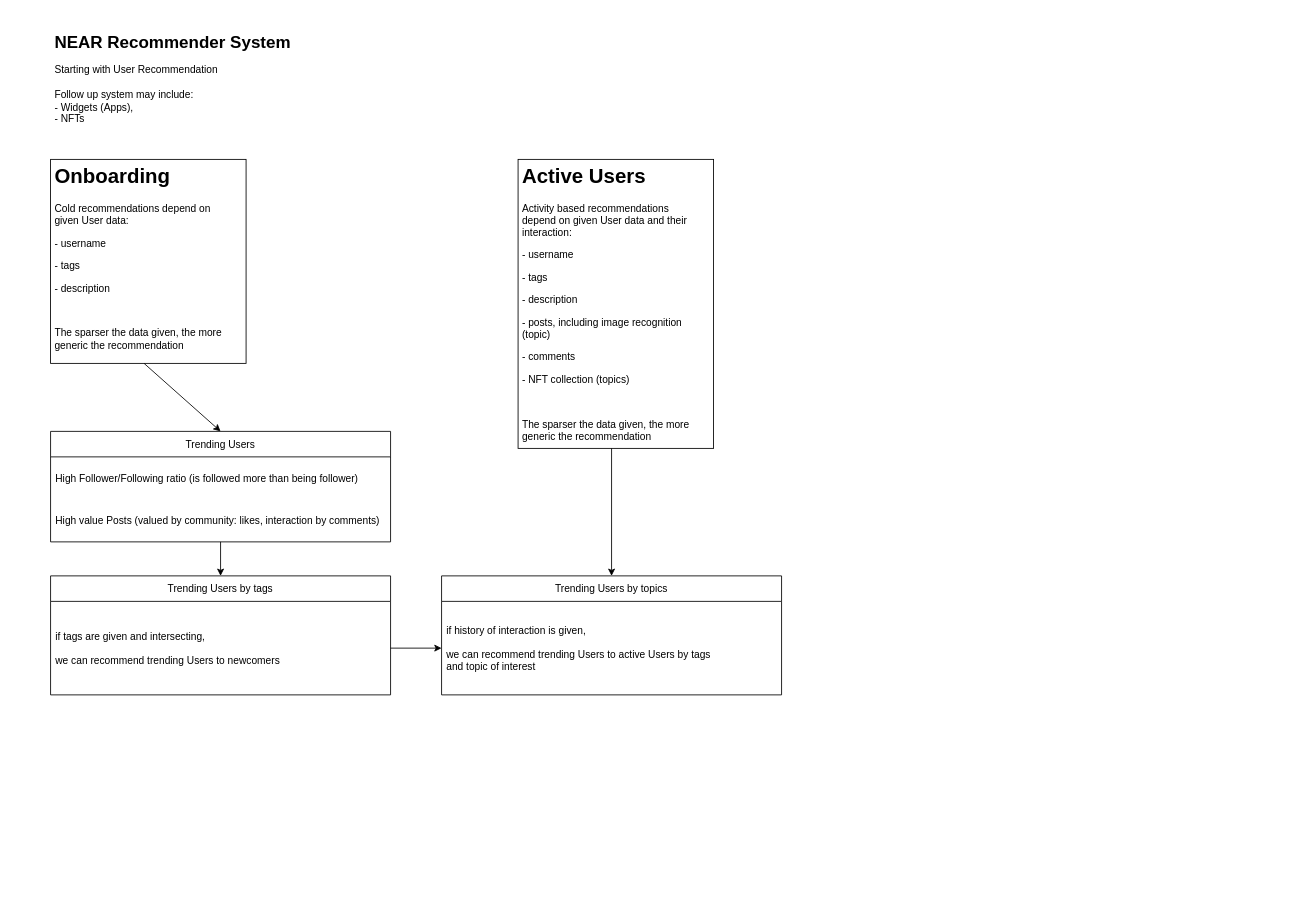
Above: NEAR-Recommender.drawio in scopalaffairs/near_recommender (draw.io), before the change. Source tidied: cells renumbered, new cells numbered last; positions are measured from the earlier drawing's top-left corner, leaving out a move shared by most shapes. Both pictures are drawn from the tidied source at 85%, with x=0, y=0 at pixel (50, 40).
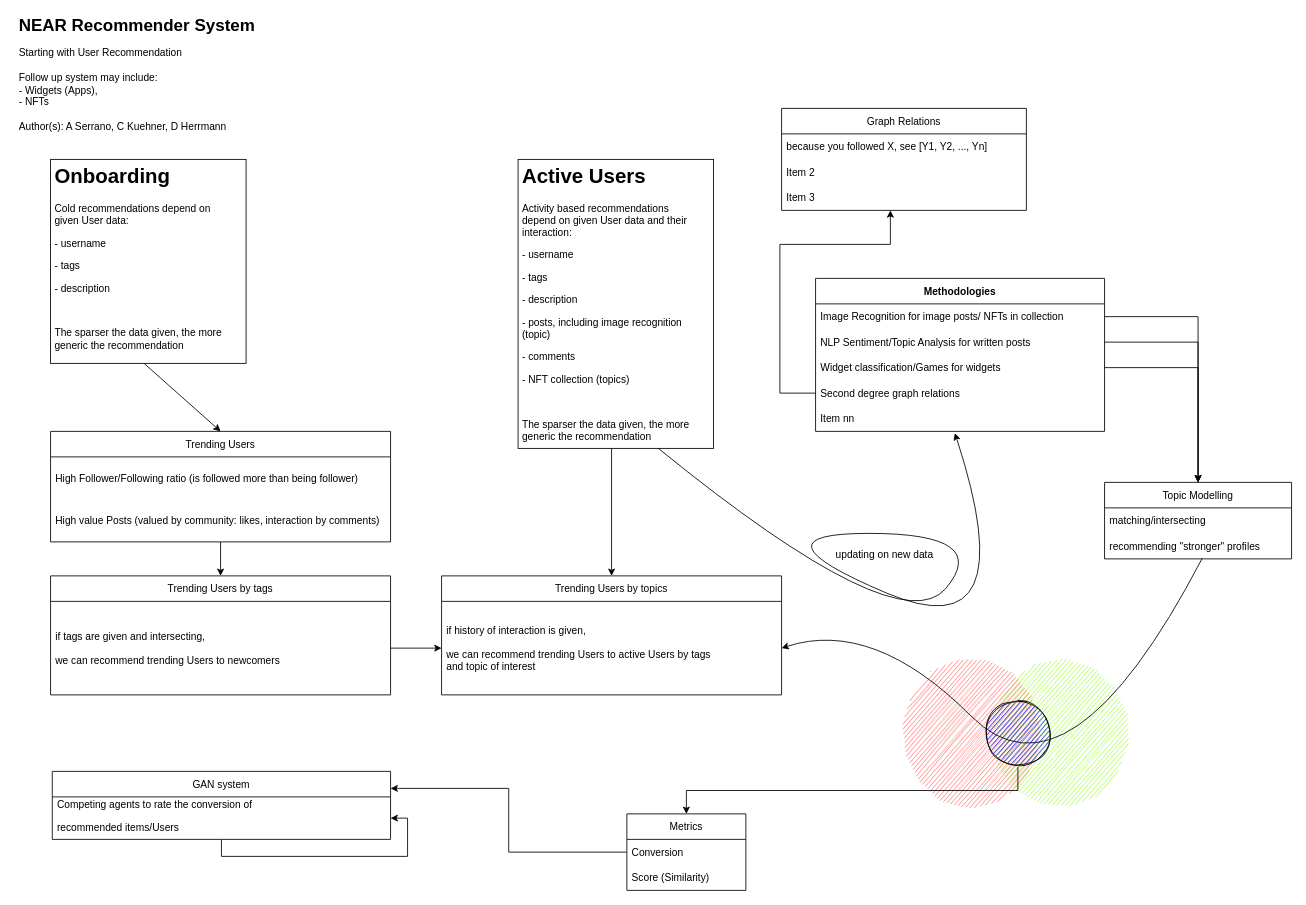
The same page after the edit.

Unchanged cells that the change refers to:
```xml
<mxCell id="14" value="if history of interaction is given, &#10;&#10;we can recommend trending Users to active Users by tags&#10;and topic of interest" style="text;strokeColor=none;fillColor=none;align=left;verticalAlign=middle;spacingLeft=4;spacingRight=4;overflow=hidden;points=[[0,0.5],[1,0.5]];portConstraint=eastwest;fontSize=12;" parent="13" vertex="1">
  <mxGeometry y="30" width="400" height="110" as="geometry" />
</mxCell>
<mxCell id="17" value="&lt;h1&gt;Active Users&lt;br&gt;&lt;/h1&gt;&lt;p&gt;Activity based recommendations depend on given User data and their interaction:&lt;/p&gt;&lt;p&gt;- username &lt;br&gt;&lt;/p&gt;&lt;p&gt;- tags&lt;/p&gt;&lt;p&gt;- description&lt;/p&gt;&lt;p&gt;- posts, including image recognition (topic)&lt;br&gt;&lt;/p&gt;&lt;p&gt;- comments&lt;/p&gt;&lt;p&gt;- NFT collection (topics)&lt;/p&gt;&lt;p&gt;&lt;br&gt;&lt;/p&gt;The sparser the data given, the more generic the recommendation" style="text;html=1;strokeColor=none;fillColor=none;spacing=5;spacingTop=-20;whiteSpace=wrap;overflow=hidden;rounded=0;fontSize=12;" parent="1" vertex="1">
  <mxGeometry x="550" y="140" width="220" height="340" as="geometry" />
</mxCell>
```

Diff of the diagram source:
```diff
@@
-    <mxCell id="8" value="&lt;div&gt;&lt;b&gt;&lt;font style=&quot;font-size: 20px;&quot;&gt;NEAR Recommender System&lt;br&gt;&lt;/font&gt;&lt;/b&gt;&lt;/div&gt;&lt;div&gt;&lt;br&gt;&lt;/div&gt;&lt;div&gt;Starting with User Recommendation&lt;/div&gt;&lt;div&gt;&lt;br&gt;&lt;/div&gt;&lt;div&gt;Follow up system may include:&lt;/div&gt;&lt;div&gt;- Widgets (Apps),&lt;/div&gt;&lt;div&gt;- NFTs&lt;br&gt;&lt;/div&gt;" style="text;html=1;strokeColor=none;fillColor=none;spacing=5;spacingTop=-20;whiteSpace=wrap;overflow=hidden;rounded=0;fontSize=12;" parent="1" vertex="1">
-      <mxGeometry width="300" height="120" as="geometry" />
+    <mxCell id="8" value="&lt;div&gt;&lt;b&gt;&lt;font style=&quot;font-size: 20px;&quot;&gt;NEAR Recommender System&lt;br&gt;&lt;/font&gt;&lt;/b&gt;&lt;/div&gt;&lt;div&gt;&lt;br&gt;&lt;/div&gt;&lt;div&gt;Starting with User Recommendation&lt;/div&gt;&lt;div&gt;&lt;br&gt;&lt;/div&gt;&lt;div&gt;Follow up system may include:&lt;/div&gt;&lt;div&gt;- Widgets (Apps),&lt;/div&gt;&lt;div&gt;- NFTs&lt;/div&gt;&lt;div&gt;&lt;br&gt;&lt;/div&gt;&lt;div&gt;Author(s): A Serrano, C Kuehner, D Herrmann&lt;br&gt;&lt;/div&gt;" style="text;html=1;strokeColor=none;fillColor=none;spacing=5;spacingTop=-20;whiteSpace=wrap;overflow=hidden;rounded=0;fontSize=12;" parent="1" vertex="1">
+      <mxGeometry x="-42" y="-20" width="300" height="140" as="geometry" />
     </mxCell>
@@
+    <mxCell id="18" value="Metrics" style="swimlane;fontStyle=0;horizontal=1;startSize=30;fontSize=12;" parent="1" vertex="1">
+      <mxGeometry x="678" y="910" width="140" height="90" as="geometry" />
+    </mxCell>
+    <mxCell id="19" value="Conversion" style="text;strokeColor=none;fillColor=none;align=left;verticalAlign=middle;spacingLeft=4;spacingRight=4;overflow=hidden;points=[[0,0.5],[1,0.5]];portConstraint=eastwest;fontSize=12;" parent="18" vertex="1">
+      <mxGeometry y="30" width="140" height="30" as="geometry" />
+    </mxCell>
+    <mxCell id="20" value="Score (Similarity)" style="text;strokeColor=none;fillColor=none;align=left;verticalAlign=middle;spacingLeft=4;spacingRight=4;overflow=hidden;fontSize=12;" parent="18" vertex="1">
+      <mxGeometry y="60" width="140" height="30" as="geometry" />
+    </mxCell>
+    <mxCell id="21" value="GAN system" style="swimlane;fontStyle=0;horizontal=1;startSize=30;fontSize=12;shadow=0;sketch=0;swimlaneLine=1;glass=0;" parent="1" vertex="1">
+      <mxGeometry x="2" y="860" width="398" height="80" as="geometry" />
+    </mxCell>
+    <mxCell id="22" value="Competing agents to rate the conversion of &#10;&#10;recommended items/Users&#10;" style="text;strokeColor=none;fillColor=none;align=left;verticalAlign=middle;spacingLeft=4;spacingRight=4;overflow=hidden;points=[[0,0.5],[1,0.5]];portConstraint=eastwest;fontSize=12;" parent="21" vertex="1">
+      <mxGeometry y="30" width="398" height="50" as="geometry" />
+    </mxCell>
+    <mxCell id="23" style="edgeStyle=orthogonalEdgeStyle;rounded=0;jettySize=auto;html=1;fontSize=12;" parent="21" edge="1" source="21" target="22">
+      <mxGeometry relative="1" as="geometry" />
+    </mxCell>
+    <mxCell id="24" value="Methodologies" style="swimlane;fontStyle=1;horizontal=1;startSize=30;fontSize=12;" parent="1" vertex="1">
+      <mxGeometry x="900" y="280" width="340" height="180" as="geometry" />
+    </mxCell>
+    <mxCell id="25" value="Image Recognition for image posts/ NFTs in collection" style="text;strokeColor=none;fillColor=none;align=left;verticalAlign=middle;spacingLeft=4;spacingRight=4;overflow=hidden;points=[[0,0.5],[1,0.5]];portConstraint=eastwest;fontSize=12;" parent="24" vertex="1">
+      <mxGeometry y="30" width="340" height="30" as="geometry" />
+    </mxCell>
+    <mxCell id="26" value="NLP Sentiment/Topic Analysis for written posts" style="text;strokeColor=none;fillColor=none;align=left;verticalAlign=middle;spacingLeft=4;spacingRight=4;overflow=hidden;points=[[0,0.5],[1,0.5]];portConstraint=eastwest;fontSize=12;" parent="24" vertex="1">
+      <mxGeometry y="60" width="340" height="30" as="geometry" />
+    </mxCell>
+    <mxCell id="27" value="Widget classification/Games for widgets" style="text;strokeColor=none;fillColor=none;align=left;verticalAlign=middle;spacingLeft=4;spacingRight=4;overflow=hidden;points=[[0,0.5],[1,0.5]];portConstraint=eastwest;fontSize=12;" parent="24" vertex="1">
+      <mxGeometry y="90" width="340" height="30" as="geometry" />
+    </mxCell>
+    <mxCell id="28" value="Second degree graph relations" style="text;strokeColor=none;fillColor=none;align=left;verticalAlign=middle;spacingLeft=4;spacingRight=4;overflow=hidden;points=[[0,0.5],[1,0.5]];portConstraint=eastwest;fontSize=12;" parent="24" vertex="1">
+      <mxGeometry y="120" width="340" height="30" as="geometry" />
+    </mxCell>
+    <mxCell id="29" value="Item nn" style="text;strokeColor=none;fillColor=none;align=left;verticalAlign=middle;spacingLeft=4;spacingRight=4;overflow=hidden;points=[[0,0.5],[1,0.5]];portConstraint=eastwest;fontSize=12;" parent="24" vertex="1">
+      <mxGeometry y="150" width="340" height="30" as="geometry" />
+    </mxCell>
+    <mxCell id="30" value="Topic Modelling" style="swimlane;fontStyle=0;horizontal=1;startSize=30;fontSize=12;" parent="1" vertex="1">
+      <mxGeometry x="1240" y="520" width="220" height="90" as="geometry" />
+    </mxCell>
+    <mxCell id="31" value="matching/intersecting" style="text;strokeColor=none;fillColor=none;align=left;verticalAlign=middle;spacingLeft=4;spacingRight=4;overflow=hidden;fontSize=12;" parent="30" vertex="1">
+      <mxGeometry y="30" width="220" height="30" as="geometry" />
+    </mxCell>
+    <mxCell id="32" value="recommending &quot;stronger&quot; profiles" style="text;strokeColor=none;fillColor=none;align=left;verticalAlign=middle;spacingLeft=4;spacingRight=4;overflow=hidden;points=[[0,0.5],[1,0.5]];portConstraint=eastwest;fontSize=12;" parent="30" vertex="1">
+      <mxGeometry y="60" width="220" height="30" as="geometry" />
+    </mxCell>
+    <mxCell id="33" style="edgeStyle=orthogonalEdgeStyle;rounded=0;jettySize=auto;html=1;fontSize=12;" parent="1" edge="1" source="25" target="30">
+      <mxGeometry relative="1" as="geometry" />
+    </mxCell>
+    <mxCell id="34" style="edgeStyle=orthogonalEdgeStyle;rounded=0;jettySize=auto;html=1;entryX=0.5;entryY=0;entryDx=0;entryDy=0;fontSize=12;" parent="1" edge="1" source="26" target="30">
+      <mxGeometry relative="1" as="geometry" />
+    </mxCell>
+    <mxCell id="35" style="edgeStyle=orthogonalEdgeStyle;rounded=0;jettySize=auto;html=1;entryX=0.5;entryY=0;entryDx=0;entryDy=0;fontSize=12;" parent="1" edge="1" source="27" target="30">
+      <mxGeometry relative="1" as="geometry" />
+    </mxCell>
+    <mxCell id="36" style="ellipse;whiteSpace=wrap;html=1;fontSize=12;fillColor=#99FF33;strokeColor=none;sketch=1;" parent="1" vertex="1">
+      <mxGeometry x="1102.6" y="730" width="170" height="170" as="geometry" />
+    </mxCell>
+    <mxCell id="37" style="ellipse;whiteSpace=wrap;html=1;fontSize=12;fillColor=#FF6666;strokeColor=none;sketch=1;" parent="1" vertex="1">
+      <mxGeometry x="998" y="730" width="170" height="170" as="geometry" />
+    </mxCell>
+    <mxCell id="38" value="updating on new data" style="text;strokeColor=none;fillColor=none;align=left;verticalAlign=middle;spacingLeft=4;spacingRight=4;overflow=hidden;fontSize=12;" parent="1" vertex="1">
+      <mxGeometry x="918" y="590" width="220" height="30" as="geometry" />
+    </mxCell>
+    <mxCell id="39" style="curved=1;endArrow=classic;html=1;rounded=0;fontSize=12;exitX=0.75;exitY=1;exitDx=0;exitDy=0;entryX=0.482;entryY=1.067;entryDx=0;entryDy=0;entryPerimeter=0;" parent="1" edge="1" source="17" target="29">
+      <mxGeometry relative="1" as="geometry">
+        <Array as="points">
+          <mxPoint x="998" y="710" />
+          <mxPoint x="1108" y="580" />
+          <mxPoint x="818" y="580" />
+          <mxPoint x="1148" y="720" />
+        </Array>
+      </mxGeometry>
+    </mxCell>
+    <mxCell id="40" style="curved=1;endArrow=classic;html=1;rounded=0;fontSize=12;exitX=0.523;exitY=0.967;exitDx=0;exitDy=0;exitPerimeter=0;entryX=1;entryY=0.5;entryDx=0;entryDy=0;" parent="1" edge="1" source="32" target="14">
+      <mxGeometry relative="1" as="geometry">
+        <Array as="points">
+          <mxPoint x="1198" y="910" />
+          <mxPoint x="968" y="680" />
+        </Array>
+      </mxGeometry>
+    </mxCell>
+    <mxCell id="41" style="edgeStyle=orthogonalEdgeStyle;rounded=0;jettySize=auto;html=1;exitX=0.5;exitY=1;exitDx=0;exitDy=0;fontSize=12;" parent="1" edge="1" source="42" target="18">
+      <mxGeometry relative="1" as="geometry" />
+    </mxCell>
+    <mxCell id="42" style="ellipse;whiteSpace=wrap;html=1;sketch=1;fontSize=12;fillColor=#0000FF;" parent="1" vertex="1">
+      <mxGeometry x="1098" y="775" width="80" height="80" as="geometry" />
+    </mxCell>
+    <mxCell id="43" style="edgeStyle=orthogonalEdgeStyle;rounded=0;jettySize=auto;html=1;exitX=0;exitY=0.5;exitDx=0;exitDy=0;entryX=1;entryY=0.25;entryDx=0;entryDy=0;fontSize=12;" parent="1" edge="1" source="19" target="21">
+      <mxGeometry relative="1" as="geometry" />
+    </mxCell>
+    <mxCell id="44" style="edgeStyle=orthogonalEdgeStyle;rounded=0;jettySize=auto;html=1;fontSize=12;" parent="1" edge="1" source="28" target="45">
+      <mxGeometry relative="1" as="geometry">
+        <Array as="points">
+          <mxPoint x="858" y="415" />
+          <mxPoint x="858" y="240" />
+          <mxPoint x="988" y="240" />
+        </Array>
+      </mxGeometry>
+    </mxCell>
+    <mxCell id="45" value="Graph Relations" style="swimlane;fontStyle=0;horizontal=1;startSize=30;shadow=0;glass=0;sketch=0;fontSize=12;fillColor=none;" parent="1" vertex="1">
+      <mxGeometry x="860" y="80" width="288" height="120" as="geometry" />
+    </mxCell>
+    <mxCell id="46" value="because you followed X, see [Y1, Y2, ..., Yn]" style="text;strokeColor=none;fillColor=none;align=left;verticalAlign=middle;spacingLeft=4;spacingRight=4;overflow=hidden;shadow=0;glass=0;sketch=0;fontSize=12;" parent="45" vertex="1">
+      <mxGeometry y="30" width="288" height="30" as="geometry" />
+    </mxCell>
+    <mxCell id="47" value="Item 2" style="text;strokeColor=none;fillColor=none;align=left;verticalAlign=middle;spacingLeft=4;spacingRight=4;overflow=hidden;shadow=0;glass=0;sketch=0;fontSize=12;" parent="45" vertex="1">
+      <mxGeometry y="60" width="288" height="30" as="geometry" />
+    </mxCell>
+    <mxCell id="48" value="Item 3" style="text;strokeColor=none;fillColor=none;align=left;verticalAlign=middle;spacingLeft=4;spacingRight=4;overflow=hidden;shadow=0;glass=0;sketch=0;fontSize=12;" parent="45" vertex="1">
+      <mxGeometry y="90" width="288" height="30" as="geometry" />
+    </mxCell>
```
